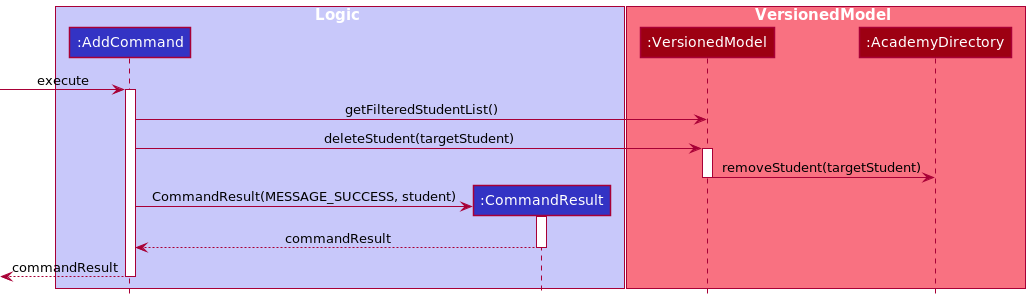
nus-cs2103-AY2122S1/tp keeps this PlantUML diagram as docs/images/dg/logic/commands/deletecommand/DeleteCommandSequenceDiagram.png. Above is the earlier version. The source it was exported from:
```plantuml
@startuml
!include ../../../style.puml

box Logic LOGIC_COLOR_T1
Participant ":AddCommand" as ac LOGIC_COLOR
Participant ":CommandResult" as result LOGIC_COLOR
end box

box VersionedModel MODEL_COLOR_T1
Participant ":VersionedModel" as mm MODEL_COLOR
Participant ":AcademyDirectory" as ad MODEL_COLOR
end box

-> ac ++ :execute
ac -> mm :getFilteredStudentList()
ac -> mm ++:deleteStudent(targetStudent)
mm -> ad :removeStudent(targetStudent)
deactivate

create result
ac -> result ++ :CommandResult(MESSAGE_SUCCESS, student)
return commandResult
return commandResult
@enduml
```
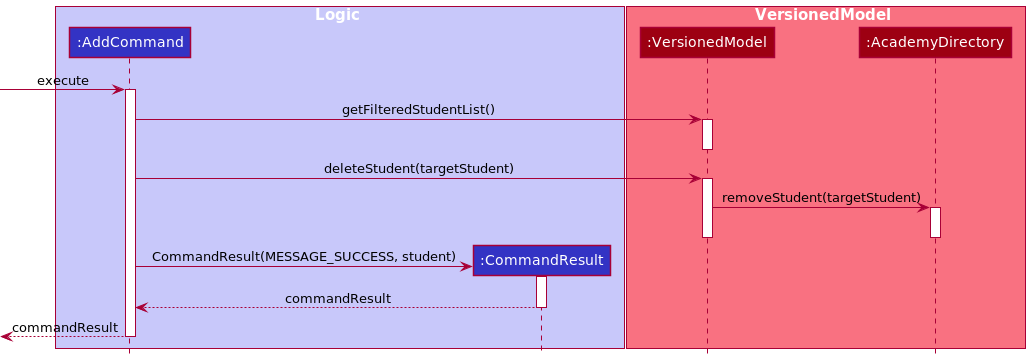
After the commit.

The edit, as a diff of the source:
```diff
@@ -12,9 +12,11 @@
 end box
 
 -> ac ++ :execute
-ac -> mm :getFilteredStudentList()
-ac -> mm ++:deleteStudent(targetStudent)
-mm -> ad :removeStudent(targetStudent)
+ac -> mm ++ :getFilteredStudentList()
+deactivate
+ac -> mm ++ :deleteStudent(targetStudent)
+mm -> ad ++ :removeStudent(targetStudent)
+deactivate
 deactivate
 
 create result
```
